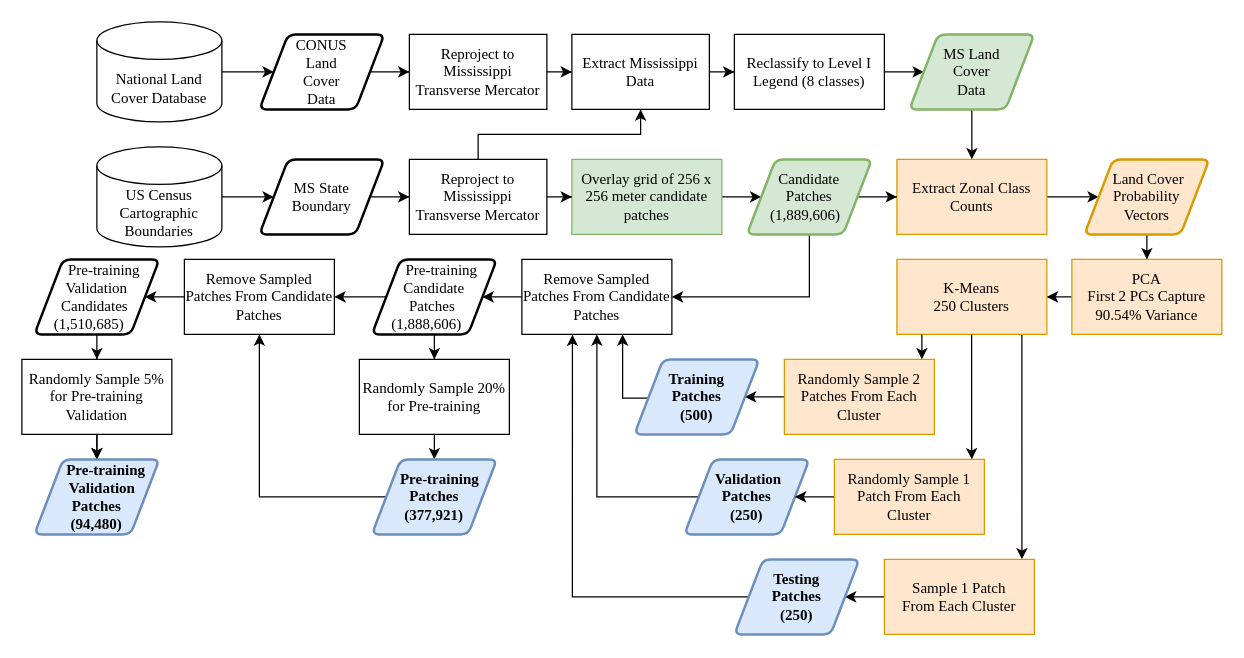
DakotaHester/ms-land-cover keeps this draw.io diagram as figures/sampling/stratification_flowchart.drawio. Above is the earlier version. Source tidied: cells renumbered, new cells numbered last; positions are measured from the earlier drawing's top-left corner, leaving out a move shared by most shapes. Both pictures are drawn from the tidied source at 125%, with x=0, y=0 at pixel (21, 21).
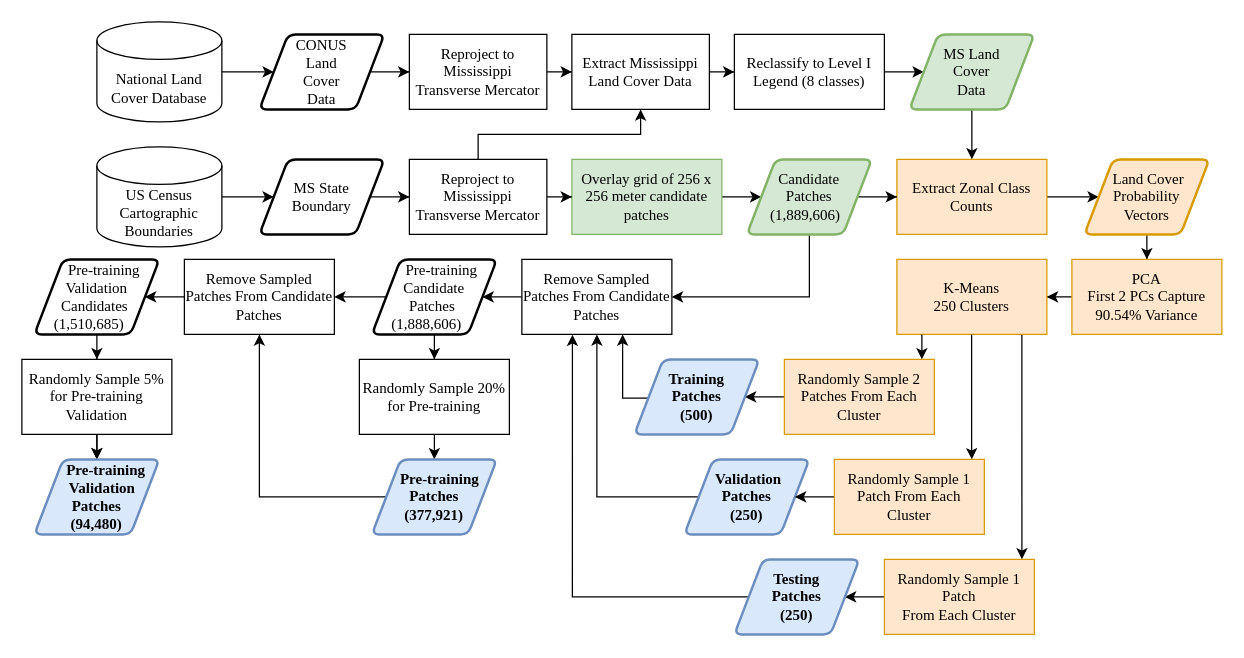
The same page after the edit.

The edit, as a diff of the source:
```diff
@@
-    <mxCell id="19" value="Sample 1 Patch&lt;div&gt;From Each Cluster&lt;/div&gt;" style="rounded=0;whiteSpace=wrap;html=1;fontFamily=Times New Roman;fillColor=#ffe6cc;strokeColor=#d79b00;" parent="1" vertex="1">
+    <mxCell id="19" value="Randomly Sample 1 Patch&lt;div&gt;From Each Cluster&lt;/div&gt;" style="rounded=0;whiteSpace=wrap;html=1;fontFamily=Times New Roman;fillColor=#ffe6cc;strokeColor=#d79b00;" parent="1" vertex="1">
       <mxGeometry x="690" y="430" width="120" height="60" as="geometry" />
     </mxCell>
@@
-    <mxCell id="32" value="Extract Mississippi Data" style="rounded=0;whiteSpace=wrap;html=1;fontFamily=Times New Roman;" parent="1" vertex="1">
+    <mxCell id="32" value="Extract Mississippi Land Cover Data" style="rounded=0;whiteSpace=wrap;html=1;fontFamily=Times New Roman;" parent="1" vertex="1">
       <mxGeometry x="440" y="10" width="110" height="60" as="geometry" />
     </mxCell>
```
